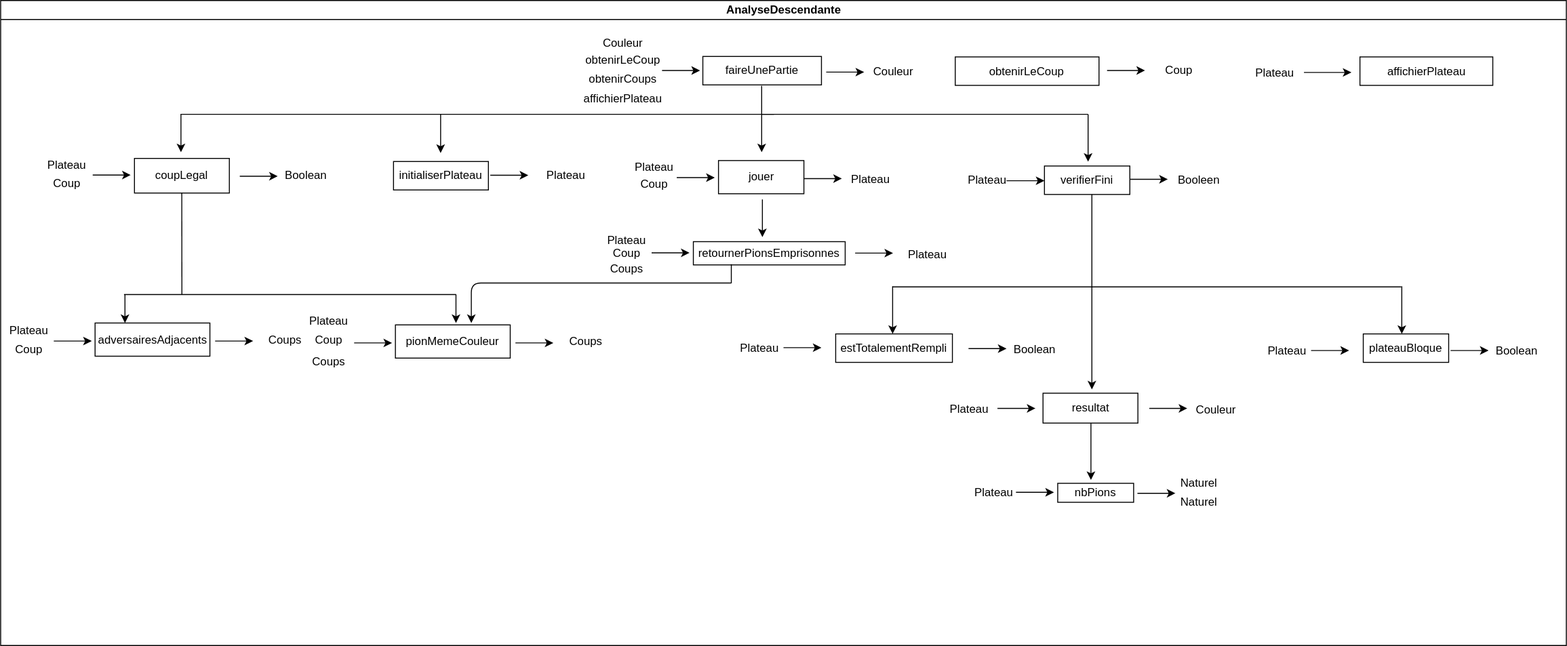
Earlier version of the draw.io export rapport/analyse/FaireUnePartie.drawio.svg (Sachawski/othelloiti3). Source tidied: cells renumbered, new cells last; positions are measured from the earlier drawing's top-left corner, leaving out a move shared by most shapes.
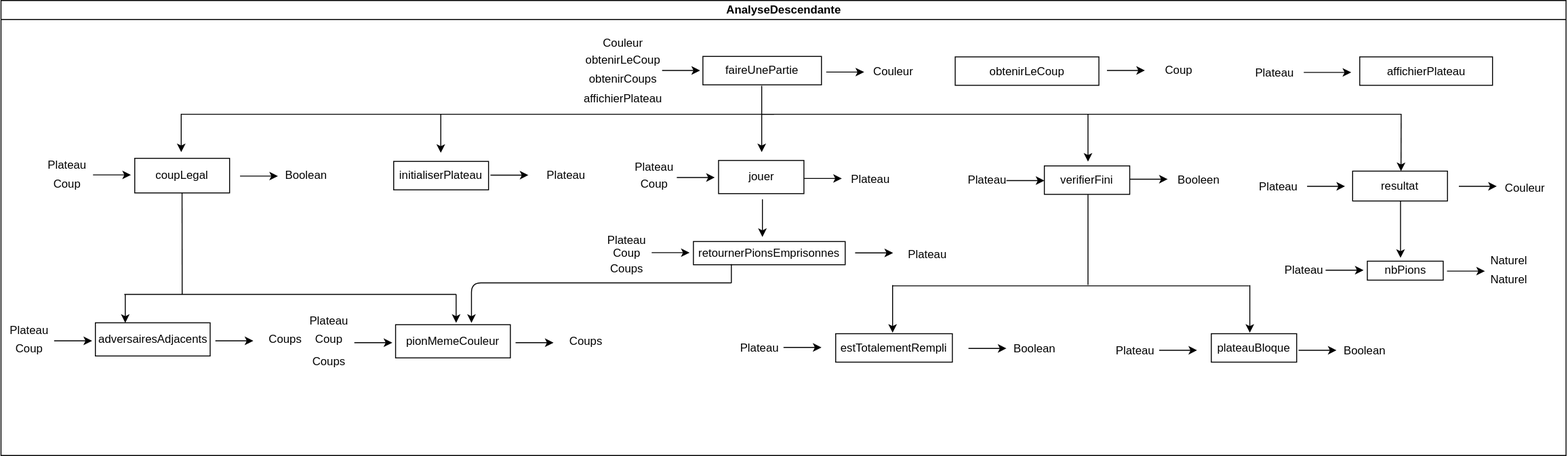
After the change.

What changed in the source:
```diff
@@ -3,7 +3,7 @@
     <mxCell id="0" />
     <mxCell id="1" parent="0" />
     <mxCell id="2" value="AnalyseDescendante" style="swimlane;html=1;startSize=20;horizontal=1;containerType=tree;glass=0;" parent="1" vertex="1">
-      <mxGeometry width="1650" height="680" as="geometry" />
+      <mxGeometry width="1650" height="480" as="geometry" />
     </mxCell>
     <mxCell id="3" value="faireUnePartie" style="rounded=0;whiteSpace=wrap;html=1;" parent="2" vertex="1">
       <mxGeometry x="740" y="59" width="125" height="30" as="geometry" />
@@ -29,7 +29,7 @@
     <mxCell id="8" style="endArrow=none;html=1;rounded=0;" parent="2" edge="1">
       <mxGeometry relative="1" as="geometry">
         <mxPoint x="802" y="120" as="sourcePoint" />
-        <mxPoint x="1146" y="120" as="targetPoint" />
+        <mxPoint x="1476" y="120" as="targetPoint" />
       </mxGeometry>
     </mxCell>
     <mxCell id="9" style="endArrow=classic;html=1;" parent="2" edge="1">
@@ -272,16 +272,10 @@
         <mxPoint x="150" y="40.5" as="targetPoint" />
       </mxGeometry>
     </mxCell>
-    <mxCell id="66" style="endArrow=classic;html=1;" parent="2" edge="1">
-      <mxGeometry relative="1" as="geometry">
-        <mxPoint x="1150" y="204.5" as="sourcePoint" />
-        <mxPoint x="1150" y="410" as="targetPoint" />
-      </mxGeometry>
-    </mxCell>
     <mxCell id="67" style="endArrow=none;html=1;" parent="2" edge="1">
       <mxGeometry relative="1" as="geometry">
-        <mxPoint x="940" y="302" as="sourcePoint" />
-        <mxPoint x="1476" y="302" as="targetPoint" />
+        <mxPoint x="940" y="301" as="sourcePoint" />
+        <mxPoint x="1316" y="301" as="targetPoint" />
       </mxGeometry>
     </mxCell>
     <mxCell id="68" style="group;" parent="2" vertex="1">
@@ -312,36 +306,36 @@
       <mxGeometry x="1326" y="351.5" width="302" height="33" as="geometry" />
     </mxCell>
     <mxCell id="75" value="Plateau" style="text;html=1;strokeColor=none;fillColor=none;align=center;verticalAlign=middle;whiteSpace=wrap;rounded=0;" parent="74" vertex="1">
-      <mxGeometry y="3" width="60" height="30" as="geometry" />
+      <mxGeometry x="-160" y="3" width="60" height="30" as="geometry" />
     </mxCell>
     <mxCell id="76" style="endArrow=classic;html=1;rounded=0;" parent="74" edge="1">
       <mxGeometry relative="1" as="geometry">
-        <mxPoint x="55" y="17.5" as="sourcePoint" />
-        <mxPoint x="95" y="17.5" as="targetPoint" />
+        <mxPoint x="-105" y="17.5" as="sourcePoint" />
+        <mxPoint x="-65" y="17.5" as="targetPoint" />
       </mxGeometry>
     </mxCell>
     <mxCell id="77" value="Boolean" style="text;html=1;strokeColor=none;fillColor=none;align=center;verticalAlign=middle;whiteSpace=wrap;rounded=0;" parent="74" vertex="1">
-      <mxGeometry x="242" y="3" width="60" height="30" as="geometry" />
+      <mxGeometry x="82" y="3" width="60" height="30" as="geometry" />
     </mxCell>
     <mxCell id="78" style="endArrow=classic;html=1;rounded=0;" parent="74" edge="1">
       <mxGeometry relative="1" as="geometry">
-        <mxPoint x="202" y="17.5" as="sourcePoint" />
-        <mxPoint x="242" y="17.5" as="targetPoint" />
+        <mxPoint x="42" y="17.5" as="sourcePoint" />
+        <mxPoint x="82" y="17.5" as="targetPoint" />
       </mxGeometry>
     </mxCell>
     <mxCell id="79" value="plateauBloque" style="rounded=0;whiteSpace=wrap;html=1;" parent="74" vertex="1">
-      <mxGeometry x="110" width="90" height="30" as="geometry" />
+      <mxGeometry x="-50" width="90" height="30" as="geometry" />
     </mxCell>
     <mxCell id="80" style="endArrow=classic;html=1;" parent="2" edge="1">
       <mxGeometry relative="1" as="geometry">
-        <mxPoint x="940" y="301.2" as="sourcePoint" />
-        <mxPoint x="940" y="351.5" as="targetPoint" />
+        <mxPoint x="940" y="300.2" as="sourcePoint" />
+        <mxPoint x="940" y="350.5" as="targetPoint" />
       </mxGeometry>
     </mxCell>
     <mxCell id="81" style="endArrow=classic;html=1;" parent="2" edge="1">
       <mxGeometry relative="1" as="geometry">
-        <mxPoint x="1476.6" y="301.2" as="sourcePoint" />
-        <mxPoint x="1476.6" y="351.5" as="targetPoint" />
+        <mxPoint x="1316.6" y="300.2" as="sourcePoint" />
+        <mxPoint x="1316.6" y="350.5" as="targetPoint" />
       </mxGeometry>
     </mxCell>
     <mxCell id="82" style="endArrow=classic;html=1;" parent="2" edge="1">
@@ -363,24 +357,24 @@
     </mxCell>
     <mxCell id="84" style="endArrow=classic;html=1;rounded=0;" parent="2" edge="1">
       <mxGeometry relative="1" as="geometry">
-        <mxPoint x="1050.5" y="430" as="sourcePoint" />
-        <mxPoint x="1090.5" y="430" as="targetPoint" />
+        <mxPoint x="1377" y="196" as="sourcePoint" />
+        <mxPoint x="1417" y="196" as="targetPoint" />
       </mxGeometry>
     </mxCell>
     <mxCell id="85" value="Plateau" style="text;html=1;strokeColor=none;fillColor=none;align=center;verticalAlign=middle;whiteSpace=wrap;rounded=0;" parent="2" vertex="1">
-      <mxGeometry x="990.5" y="415.5" width="60" height="30" as="geometry" />
+      <mxGeometry x="1317" y="181.5" width="60" height="30" as="geometry" />
     </mxCell>
     <mxCell id="86" style="endArrow=classic;html=1;rounded=0;" parent="2" edge="1">
       <mxGeometry relative="1" as="geometry">
-        <mxPoint x="1210.5" y="430" as="sourcePoint" />
-        <mxPoint x="1250.5" y="430" as="targetPoint" />
+        <mxPoint x="1537" y="196" as="sourcePoint" />
+        <mxPoint x="1577" y="196" as="targetPoint" />
       </mxGeometry>
     </mxCell>
     <mxCell id="87" value="resultat" style="rounded=0;whiteSpace=wrap;html=1;" parent="2" vertex="1">
-      <mxGeometry x="1098.5" y="414" width="100" height="31.5" as="geometry" />
+      <mxGeometry x="1425" y="180" width="100" height="31.5" as="geometry" />
     </mxCell>
     <mxCell id="88" style="group;" parent="2" vertex="1">
-      <mxGeometry x="1017" y="494" width="276" height="50" as="geometry" />
+      <mxGeometry x="1343.5" y="260" width="276" height="50" as="geometry" />
     </mxCell>
     <mxCell id="89" value="Plateau" style="text;html=1;strokeColor=none;fillColor=none;align=center;verticalAlign=middle;whiteSpace=wrap;rounded=0;" parent="88" vertex="1">
       <mxGeometry y="10" width="60" height="30" as="geometry" />
@@ -408,12 +402,12 @@
     </mxCell>
     <mxCell id="95" style="endArrow=classic;html=1;" parent="2" edge="1">
       <mxGeometry relative="1" as="geometry">
-        <mxPoint x="1149" y="445.5" as="sourcePoint" />
-        <mxPoint x="1149" y="505.5" as="targetPoint" />
+        <mxPoint x="1475.5" y="211.5" as="sourcePoint" />
+        <mxPoint x="1475.5" y="271.5" as="targetPoint" />
       </mxGeometry>
     </mxCell>
     <mxCell id="96" style="group;" parent="2" vertex="1">
-      <mxGeometry x="990.5" y="415.5" width="320" height="31.5" as="geometry" />
+      <mxGeometry x="1317" y="181.5" width="320" height="31.5" as="geometry" />
     </mxCell>
     <mxCell id="97" value="Couleur" style="text;html=1;strokeColor=none;fillColor=none;align=center;verticalAlign=middle;whiteSpace=wrap;rounded=0;" parent="96" vertex="1">
       <mxGeometry x="260" y="1.5" width="60" height="30" as="geometry" />
@@ -454,5 +448,17 @@
     <mxCell id="107" value="Plateau" style="text;html=1;strokeColor=none;fillColor=none;align=center;verticalAlign=middle;whiteSpace=wrap;rounded=0;" parent="2" vertex="1">
       <mxGeometry x="1310.5" y="66" width="64" height="22.5" as="geometry" />
     </mxCell>
+    <mxCell id="108" style="endArrow=none;html=1;" parent="2" edge="1">
+      <mxGeometry relative="1" as="geometry">
+        <mxPoint x="1146" y="204.8" as="sourcePoint" />
+        <mxPoint x="1146" y="300" as="targetPoint" />
+      </mxGeometry>
+    </mxCell>
+    <mxCell id="109" style="endArrow=classic;html=1;" parent="2" edge="1">
+      <mxGeometry relative="1" as="geometry">
+        <mxPoint x="1476.2" y="119.5" as="sourcePoint" />
+        <mxPoint x="1476" y="180" as="targetPoint" />
+      </mxGeometry>
+    </mxCell>
   </root>
 </mxGraphModel>
```
